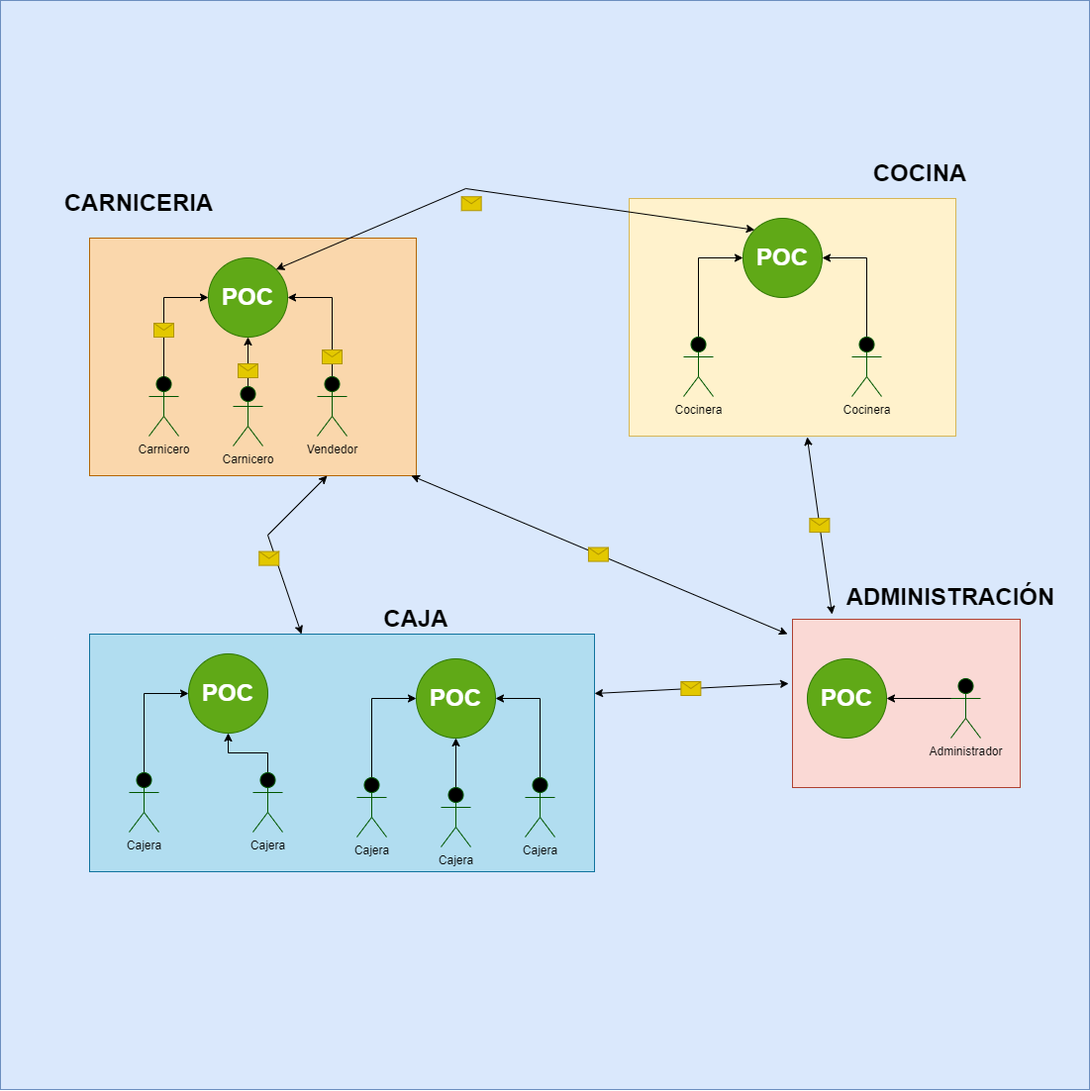
Above: concepto.drawio.png in juanyacovino77/Factoria (draw.io), before the change. Source tidied: cells renumbered, new cells last; positions are measured from the earlier drawing's top-left corner, leaving out a move shared by most shapes.
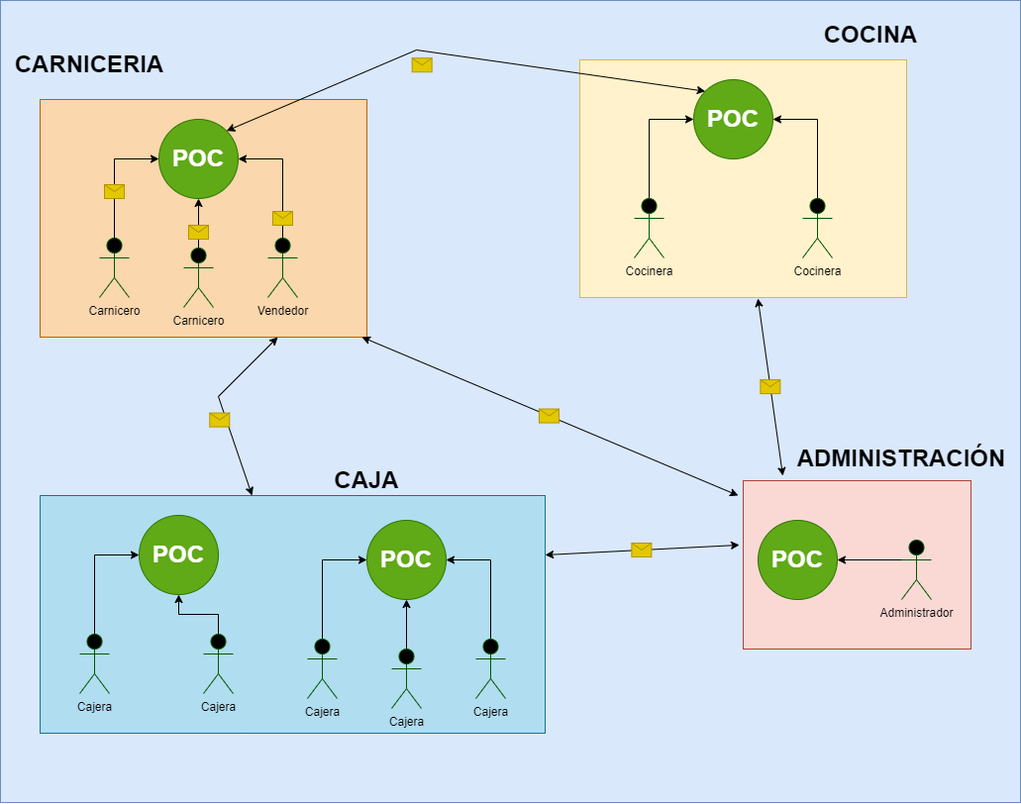
The same diagram one commit later.

What changed in the source:
```diff
@@ -2,9 +2,9 @@
   <root>
     <mxCell id="0" />
     <mxCell id="1" parent="0" />
-    <mxCell id="2" style="whiteSpace=wrap;html=1;fillColor=#dae8fc;strokeColor=#6c8ebf;" parent="1" vertex="1">
-      <mxGeometry width="1100" height="1100" as="geometry" />
-    </mxCell>
+    <mxCell id="52" style="rounded=0;whiteSpace=wrap;html=1;fillColor=#dae8fc;strokeColor=#6c8ebf;" parent="1" vertex="1">
+      <mxGeometry x="50" y="140" width="1030" height="810" as="geometry" />
+    </mxCell>
     <mxCell id="3" value="&lt;h1&gt;&lt;br&gt;&lt;/h1&gt;" style="rounded=0;whiteSpace=wrap;html=1;fillColor=#fad7ac;strokeColor=#b46504;" parent="1" vertex="1">
       <mxGeometry x="90" y="240" width="330" height="240" as="geometry" />
     </mxCell>
```
